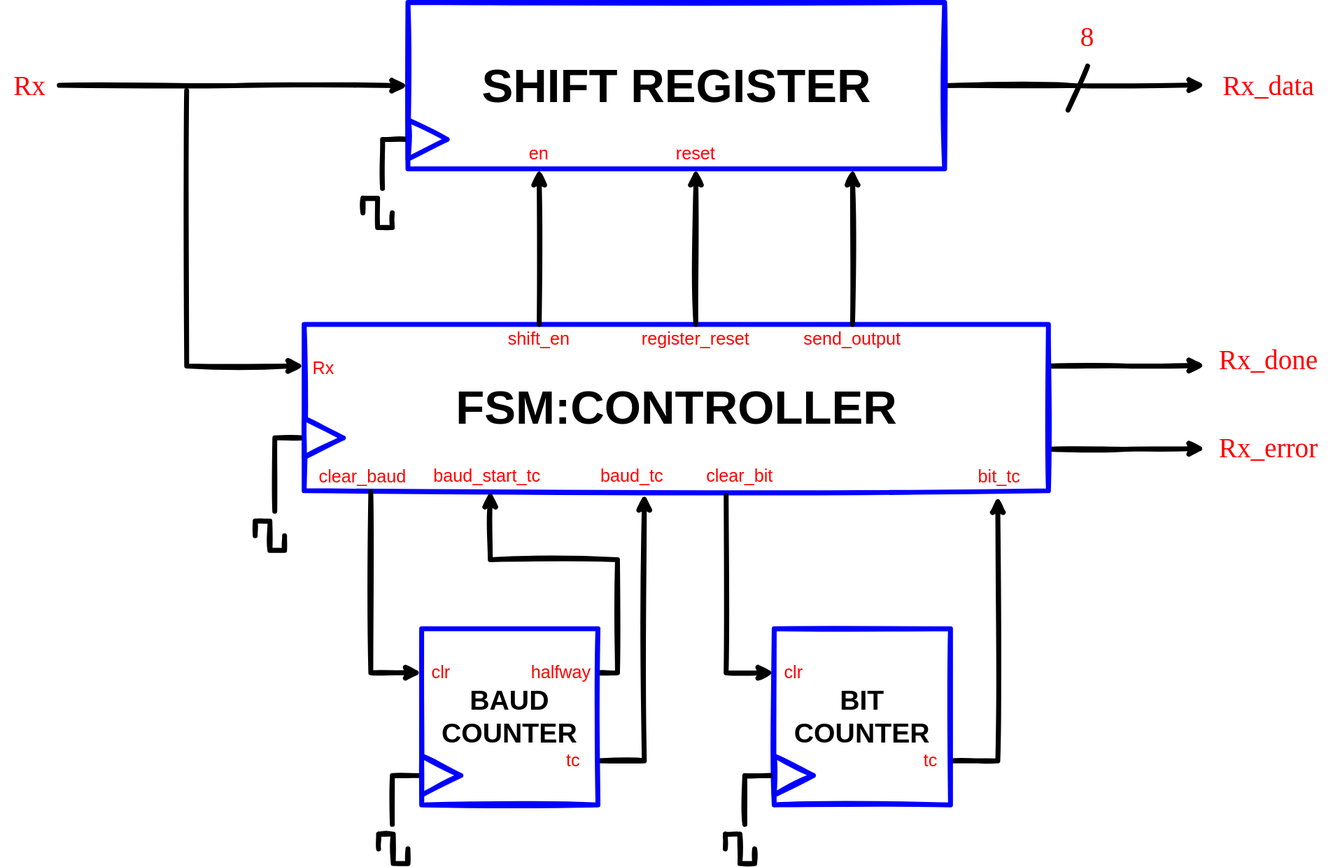
Above: diagrams/Receiver/Receiver RTL Design.drawio.svg in mubbie/es31-wordle (draw.io), before the change. Source tidied: cells renumbered, new cells last; positions are measured from the earlier drawing's top-left corner, leaving out a move shared by most shapes.
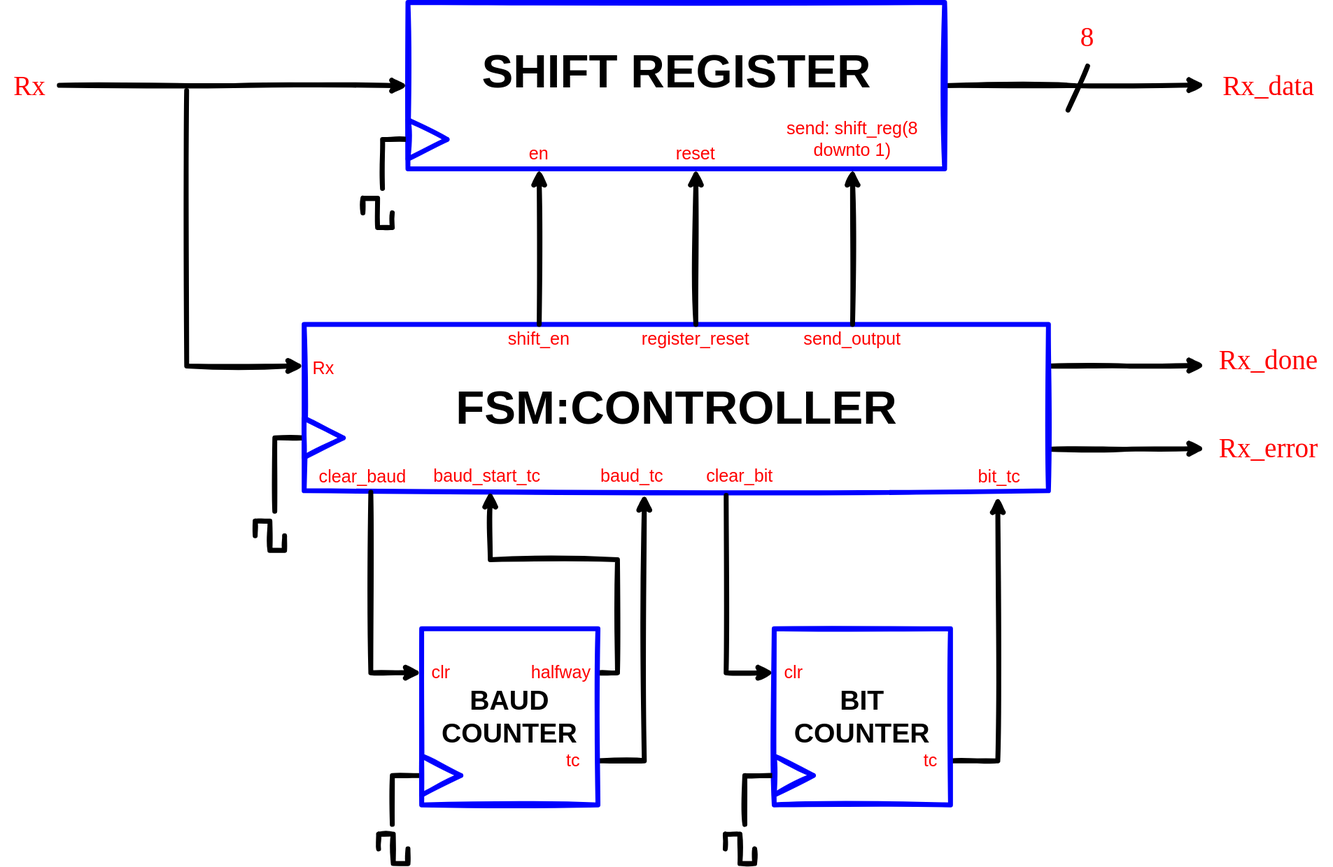
The same file after the commit.

What changed in the source:
```diff
@@ -111,7 +111,7 @@
       <mxGeometry x="448.8" y="374" width="482.5" height="80" as="geometry" />
     </mxCell>
     <mxCell id="29" value="&lt;b&gt;&lt;font style=&quot;font-size: 48px;&quot;&gt;SHIFT REGISTER&lt;/font&gt;&lt;/b&gt;" style="text;html=1;strokeColor=none;fillColor=none;align=center;verticalAlign=middle;whiteSpace=wrap;rounded=0;sketch=1;" parent="1" vertex="1">
-      <mxGeometry x="488.8" y="45" width="402.5" height="80" as="geometry" />
+      <mxGeometry x="488.8" y="30" width="402.5" height="80" as="geometry" />
     </mxCell>
     <mxCell id="30" value="&lt;font style=&quot;font-size: 18px;&quot;&gt;bit_tc&lt;/font&gt;" style="text;html=1;strokeColor=none;fillColor=none;align=center;verticalAlign=middle;whiteSpace=wrap;rounded=0;sketch=1;fontSize=16;fontColor=#FF0000;" parent="1" vertex="1">
       <mxGeometry x="980" y="470" width="80" height="30" as="geometry" />
@@ -200,5 +200,8 @@
     <mxCell id="56" value="&lt;span style=&quot;font-size: 18px;&quot;&gt;send_output&lt;/span&gt;" style="text;html=1;strokeColor=none;fillColor=none;align=center;verticalAlign=middle;whiteSpace=wrap;rounded=0;sketch=1;fontSize=16;fontColor=#FF0000;" parent="1" vertex="1">
       <mxGeometry x="800" y="329" width="140" height="30" as="geometry" />
     </mxCell>
+    <mxCell id="57" value="&lt;font style=&quot;font-size: 18px;&quot;&gt;send: shift_reg(8 downto 1)&lt;/font&gt;" style="text;html=1;strokeColor=none;fillColor=none;align=center;verticalAlign=middle;whiteSpace=wrap;rounded=0;sketch=1;fontSize=16;fontColor=#FF0000;" parent="1" vertex="1">
+      <mxGeometry x="790" y="110" width="160" height="60" as="geometry" />
+    </mxCell>
   </root>
 </mxGraphModel>
```
